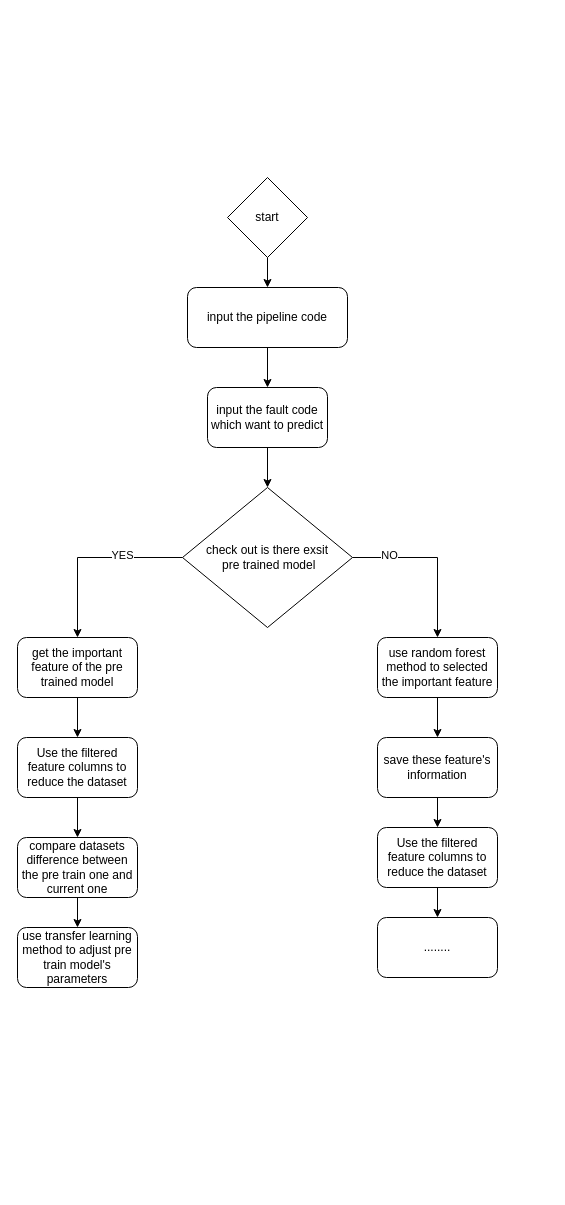
The draw.io diagram 未命名绘图.drawio in SheathedSharp/A-Time-Series-Data-Driven-RF-XGBoost-Hybrid-Migration-Learning-Model, before the edit. Source tidied: cells renumbered, new cells numbered last; positions are measured from the earlier drawing's top-left corner, leaving out a move shared by most shapes. Both pictures are drawn from the tidied source at 100%, with x=0, y=0 at pixel (17, 177).
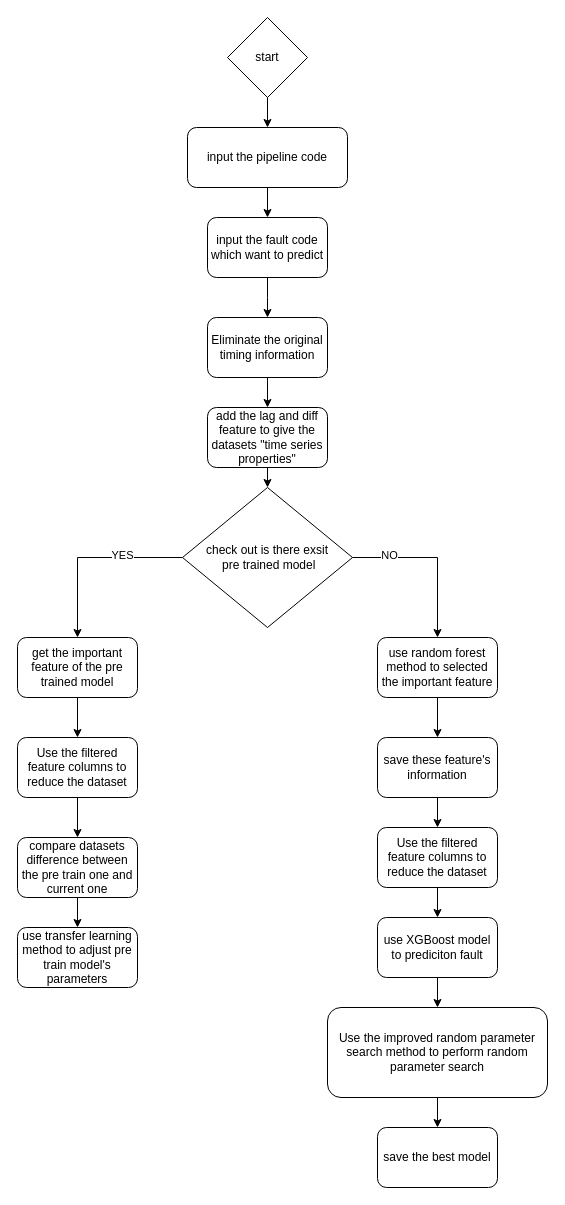
After the change.

Commit message:
更新未命名绘图.drawio

Unchanged cells that the change refers to:
```xml
<mxCell id="12" value="check out is there exsit&lt;div&gt;&amp;nbsp;pre trained model&lt;/div&gt;" style="rhombus;whiteSpace=wrap;html=1;" parent="1" vertex="1">
  <mxGeometry x="165" y="310" width="170" height="140" as="geometry" />
</mxCell>
```

The edit, as a diff of the source:
```diff
@@
     <mxCell id="3" value="start" style="rhombus;whiteSpace=wrap;html=1;" parent="1" vertex="1">
-      <mxGeometry x="210" width="80" height="80" as="geometry" />
+      <mxGeometry x="210" y="-160" width="80" height="80" as="geometry" />
     </mxCell>
@@
     <mxCell id="5" value="input the pipeline code" style="rounded=1;whiteSpace=wrap;html=1;" parent="1" vertex="1">
-      <mxGeometry x="170" y="110" width="160" height="60" as="geometry" />
+      <mxGeometry x="170" y="-50" width="160" height="60" as="geometry" />
     </mxCell>
-    <mxCell id="6" style="edgeStyle=orthogonalEdgeStyle;rounded=0;jettySize=auto;html=1;" parent="1" edge="1" source="7" target="12">
-      <mxGeometry relative="1" as="geometry" />
+    <mxCell id="6" style="edgeStyle=orthogonalEdgeStyle;rounded=0;jettySize=auto;html=1;" parent="1" edge="1" source="7">
+      <mxGeometry relative="1" as="geometry">
+        <mxPoint x="250" y="140" as="targetPoint" />
+      </mxGeometry>
     </mxCell>
     <mxCell id="7" value="input the fault code which want to predict" style="whiteSpace=wrap;html=1;rounded=1;" parent="1" vertex="1">
-      <mxGeometry x="190" y="210" width="120" height="60" as="geometry" />
+      <mxGeometry x="190" y="40" width="120" height="60" as="geometry" />
     </mxCell>
@@
+    <mxCell id="27" style="edgeStyle=orthogonalEdgeStyle;rounded=0;jettySize=auto;html=1;" parent="1" edge="1" source="26" target="29">
+      <mxGeometry relative="1" as="geometry" />
+    </mxCell>
-    <mxCell id="26" value="........" style="whiteSpace=wrap;html=1;rounded=1;" parent="1" vertex="1">
+    <mxCell id="26" value="use XGBoost model to prediciton fault" style="whiteSpace=wrap;html=1;rounded=1;" parent="1" vertex="1">
       <mxGeometry x="360" y="740" width="120" height="60" as="geometry" />
     </mxCell>
+    <mxCell id="28" style="edgeStyle=orthogonalEdgeStyle;rounded=0;jettySize=auto;html=1;" parent="1" edge="1" source="29" target="30">
+      <mxGeometry relative="1" as="geometry" />
+    </mxCell>
+    <mxCell id="29" value="Use the improved random parameter search method to perform random parameter search" style="whiteSpace=wrap;html=1;rounded=1;" parent="1" vertex="1">
+      <mxGeometry x="310" y="830" width="220" height="90" as="geometry" />
+    </mxCell>
+    <mxCell id="30" value="save the best model" style="whiteSpace=wrap;html=1;rounded=1;" parent="1" vertex="1">
+      <mxGeometry x="360" y="950" width="120" height="60" as="geometry" />
+    </mxCell>
+    <mxCell id="31" style="edgeStyle=orthogonalEdgeStyle;rounded=0;jettySize=auto;html=1;exitX=0.5;exitY=1;exitDx=0;exitDy=0;entryX=0.5;entryY=0;entryDx=0;entryDy=0;" parent="1" edge="1" source="32" target="34">
+      <mxGeometry relative="1" as="geometry" />
+    </mxCell>
+    <mxCell id="32" value="Eliminate the original timing information" style="rounded=1;whiteSpace=wrap;html=1;" parent="1" vertex="1">
+      <mxGeometry x="190" y="140" width="120" height="60" as="geometry" />
+    </mxCell>
+    <mxCell id="33" style="edgeStyle=orthogonalEdgeStyle;rounded=0;jettySize=auto;html=1;exitX=0.5;exitY=1;exitDx=0;exitDy=0;entryX=0.5;entryY=0;entryDx=0;entryDy=0;" parent="1" edge="1" source="34" target="12">
+      <mxGeometry relative="1" as="geometry" />
+    </mxCell>
+    <mxCell id="34" value="add the lag and diff feature to give the datasets &quot;time series properties&quot;" style="rounded=1;whiteSpace=wrap;html=1;" parent="1" vertex="1">
+      <mxGeometry x="190" y="230" width="120" height="60" as="geometry" />
+    </mxCell>
```
